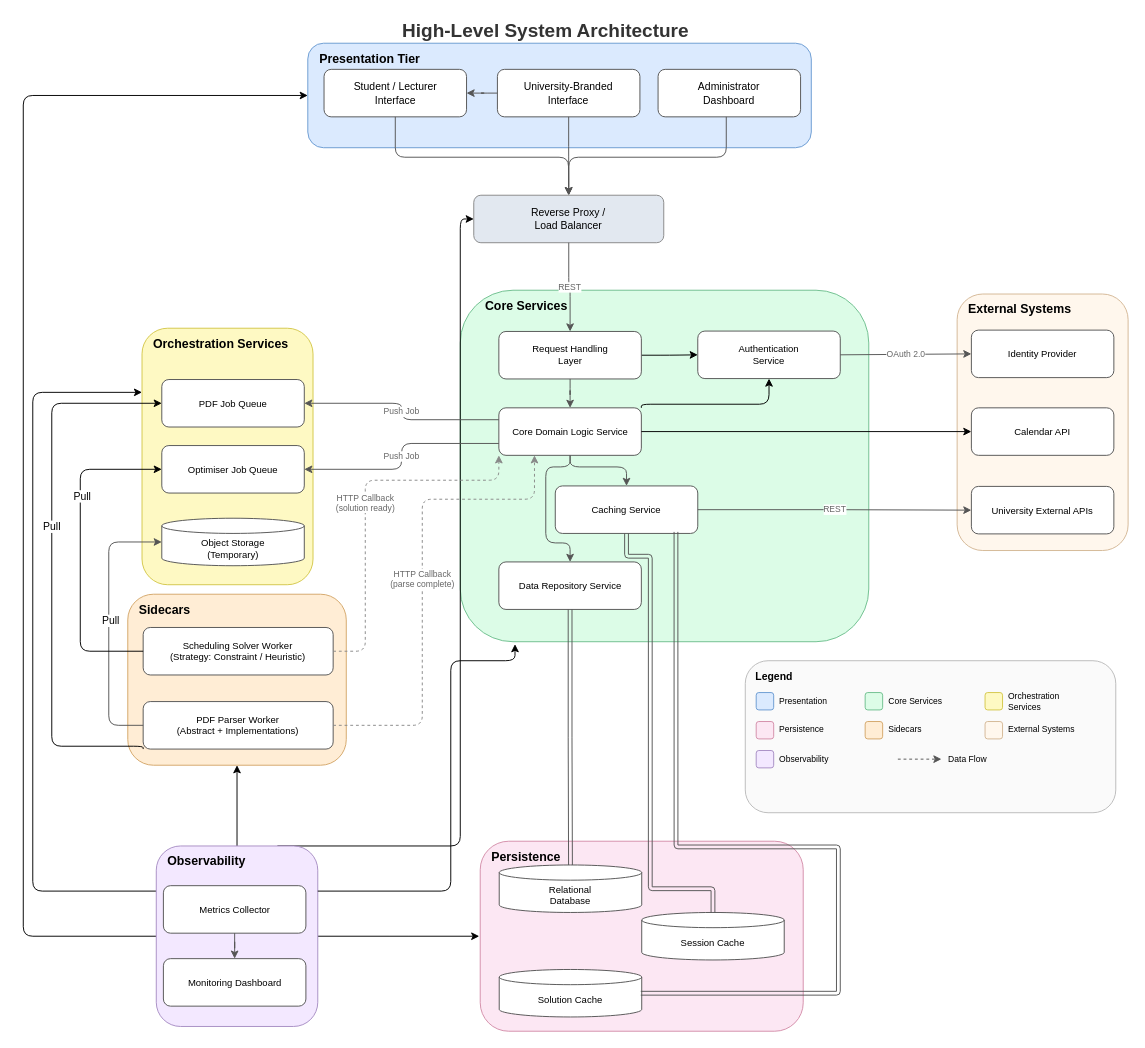
COS301-SE-2026/UMTAS keeps this draw.io diagram as dev/diagrams/architecture/Architecture.drawio. Above is the earlier version. Source tidied: cells renumbered, new cells numbered last; positions are measured from the earlier drawing's top-left corner, leaving out a move shared by most shapes. Both pictures are drawn from the tidied source at 95%, with x=0, y=0 at pixel (23, 16).
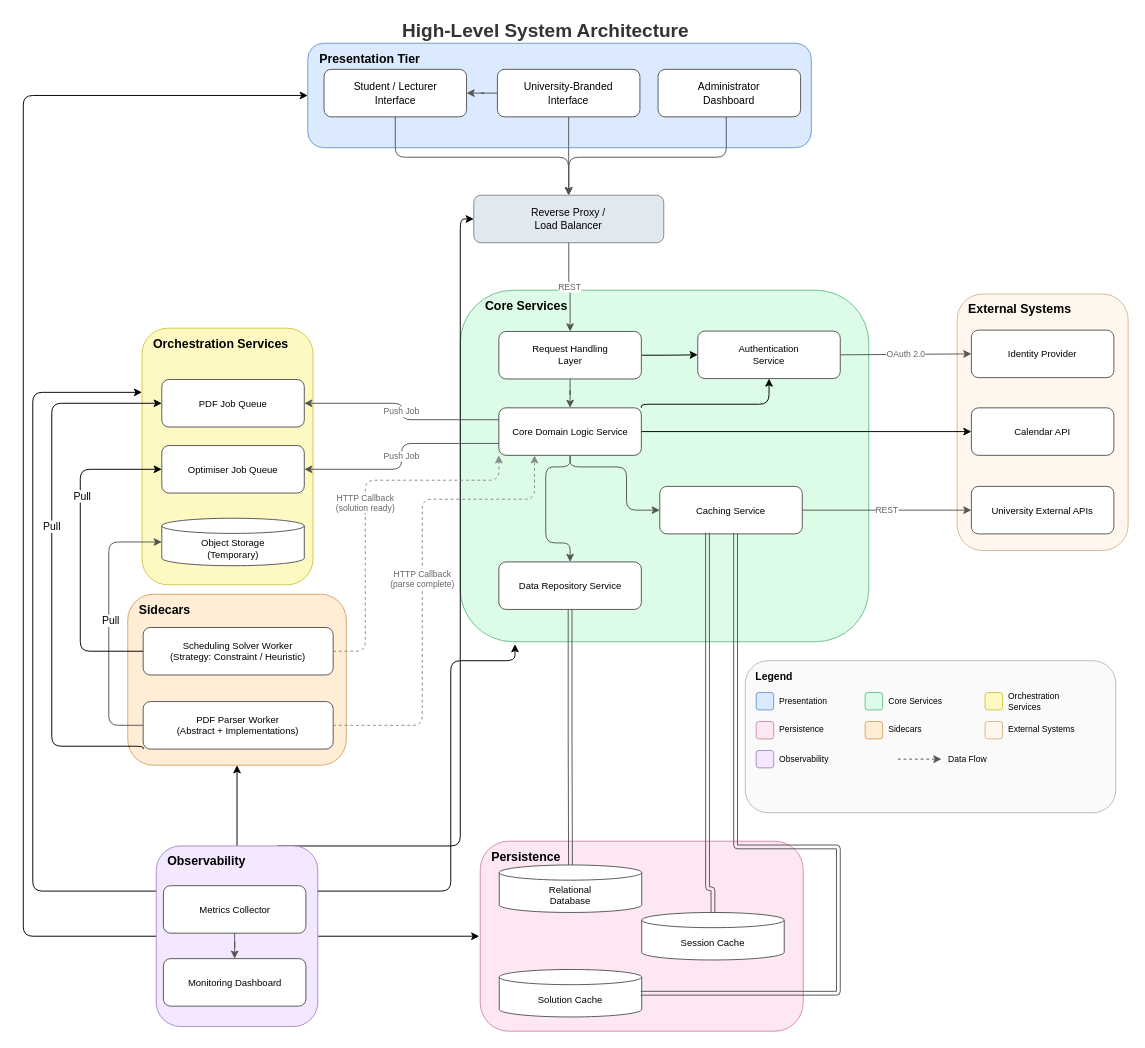
The same page after the edit.

Unchanged cells that the change refers to:
```xml
<mxCell id="9" value="&amp;nbsp; &amp;nbsp; Core Services" style="rounded=1;whiteSpace=wrap;html=1;fillColor=#dcfce7;strokeColor=#6fbf8f;verticalAlign=top;fontStyle=1;fontSize=13;align=left;spacingLeft=10;spacingTop=2;" parent="1" vertex="1">
  <mxGeometry x="460" y="288" width="430" height="370" as="geometry" />
</mxCell>
<mxCell id="25" value="Session Cache" style="shape=cylinder3;whiteSpace=wrap;html=1;boundedLbl=1;fillColor=#ffffff;strokeColor=#555555;fontSize=10;size=8;" parent="23" vertex="1">
  <mxGeometry x="170" y="75" width="150" height="50" as="geometry" />
</mxCell>
```

Diff of the diagram source:
```diff
@@
     <mxCell id="17" value="Caching Service" style="rounded=1;whiteSpace=wrap;html=1;fillColor=#ffffff;strokeColor=#555555;fontSize=10;" parent="9" vertex="1">
-      <mxGeometry x="100" y="206" width="150" height="50" as="geometry" />
+      <mxGeometry x="210" y="206.5" width="150" height="50" as="geometry" />
     </mxCell>
@@
-    <mxCell id="73" style="edgeStyle=orthogonalEdgeStyle;shape=link;rounded=1;jettySize=auto;html=1;exitX=0.5;exitY=1;exitDx=0;exitDy=0;strokeColor=#555555;align=left;verticalAlign=middle;fontFamily=Helvetica;fontSize=11;fontColor=default;labelBackgroundColor=default;endArrow=classic;entryX=0.5;entryY=0;entryDx=0;entryDy=0;entryPerimeter=0;flowAnimation=1;" parent="1" edge="1" source="17" target="25">
+    <mxCell id="73" style="edgeStyle=orthogonalEdgeStyle;shape=link;rounded=1;jettySize=auto;html=1;exitX=0.335;exitY=0.974;exitDx=0;exitDy=0;strokeColor=#555555;align=left;verticalAlign=middle;fontFamily=Helvetica;fontSize=11;fontColor=default;labelBackgroundColor=default;endArrow=classic;entryX=0.5;entryY=0;entryDx=0;entryDy=0;entryPerimeter=0;flowAnimation=1;exitPerimeter=0;" parent="1" edge="1" source="17" target="25">
       <mxGeometry relative="1" as="geometry">
         <Array as="points">
-          <mxPoint x="635" y="568" />
-          <mxPoint x="660" y="568" />
-          <mxPoint x="660" y="918" />
+          <mxPoint x="720" y="918" />
           <mxPoint x="726" y="918" />
         </Array>
       </mxGeometry>
     </mxCell>
@@
-    <mxCell id="82" style="edgeStyle=orthogonalEdgeStyle;shape=link;rounded=1;jettySize=auto;html=1;strokeColor=#555555;align=left;verticalAlign=middle;fontFamily=Helvetica;fontSize=11;fontColor=default;labelBackgroundColor=default;endArrow=classic;flowAnimation=1;exitX=0.847;exitY=0.968;exitDx=0;exitDy=0;exitPerimeter=0;" parent="1" edge="1" source="17">
+    <mxCell id="82" style="edgeStyle=orthogonalEdgeStyle;shape=link;rounded=1;jettySize=auto;html=1;strokeColor=#555555;align=left;verticalAlign=middle;fontFamily=Helvetica;fontSize=11;fontColor=default;labelBackgroundColor=default;endArrow=classic;flowAnimation=1;exitX=0.532;exitY=0.986;exitDx=0;exitDy=0;exitPerimeter=0;" parent="1" edge="1" source="17">
       <mxGeometry relative="1" as="geometry">
         <mxPoint x="650" y="1028" as="targetPoint" />
         <Array as="points">
-          <mxPoint x="688" y="874" />
+          <mxPoint x="749.8" y="874" />
           <mxPoint x="858" y="874" />
           <mxPoint x="858" y="1028" />
         </Array>
       </mxGeometry>
     </mxCell>
```
